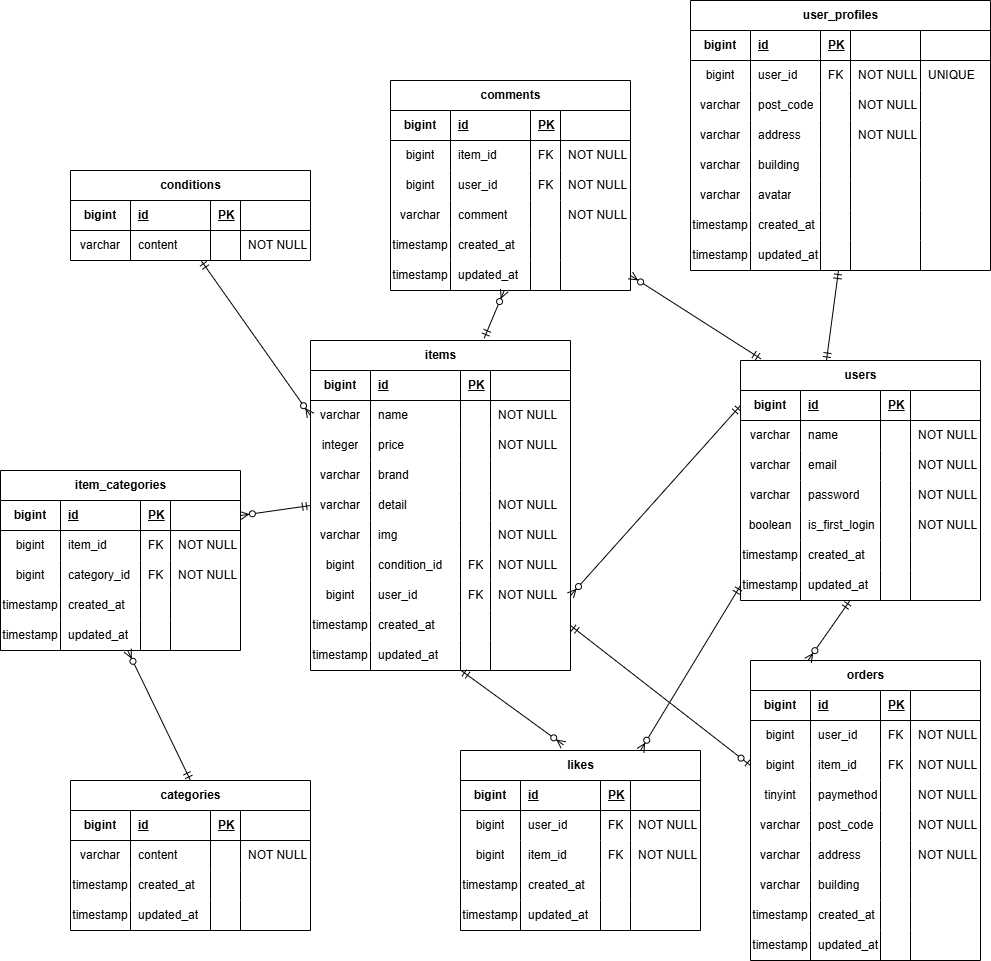
This is docs/er.drawio.png from Shuta0105/coachtech-, a draw.io export, as it was before one commit. Source tidied: cells renumbered, new cells last; positions are measured from the earlier drawing's top-left corner, leaving out a move shared by most shapes.
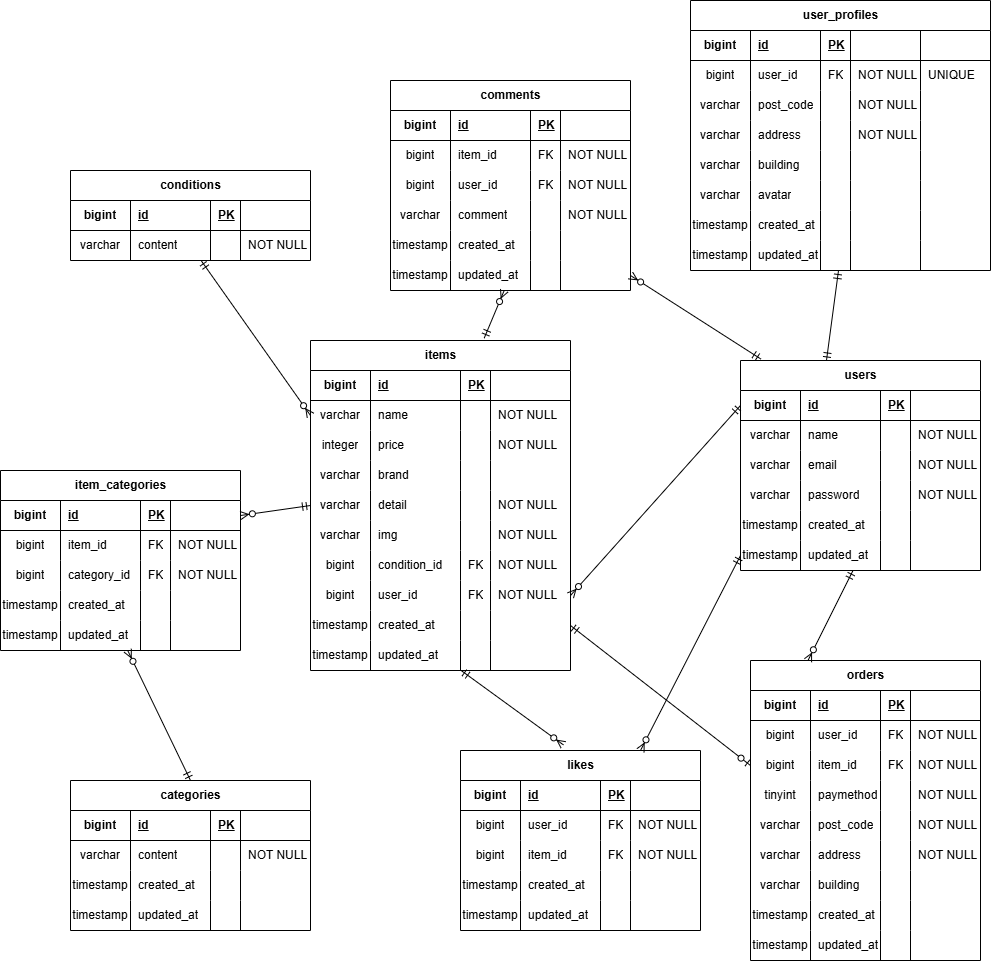
Later version of the same file.

Change to the diagram source:
```diff
@@ -156,7 +156,7 @@
       <mxGeometry x="180" width="80" height="30" as="geometry" />
     </mxCell>
     <mxCell id="53" value="users" style="shape=table;startSize=30;rowLines=0;fontStyle=1;align=center;html=1;" parent="1" vertex="1">
-      <mxGeometry x="740" y="360" width="240" height="240" as="geometry" />
+      <mxGeometry x="740" y="360" width="240" height="210" as="geometry" />
     </mxCell>
     <mxCell id="54" style="shape=tableRow;horizontal=0;startSize=0;swimlaneHead=0;swimlaneBody=0;fillColor=none;points=[[0,0.5],[1,0.5]];portConstraint=eastwest;top=0;left=0;right=0;bottom=1;" parent="53" vertex="1">
       <mxGeometry y="30" width="240" height="30" as="geometry" />
@@ -218,23 +218,8 @@
     <mxCell id="73" value="NOT NULL" style="shape=partialRectangle;fillColor=none;top=0;left=0;bottom=0;right=0;align=left;spacingLeft=6;overflow=hidden;whiteSpace=wrap;html=1;" parent="69" vertex="1">
       <mxGeometry x="170" width="70" height="30" as="geometry" />
     </mxCell>
-    <mxCell id="74" style="shape=tableRow;horizontal=0;startSize=0;swimlaneHead=0;swimlaneBody=0;fillColor=none;top=0;left=0;right=0;bottom=0;" parent="53" vertex="1">
-      <mxGeometry y="150" width="240" height="30" as="geometry" />
-    </mxCell>
-    <mxCell id="75" value="boolean" style="shape=partialRectangle;fillColor=none;top=0;left=0;bottom=0;right=0;overflow=hidden;whiteSpace=wrap;html=1;" parent="74" vertex="1">
-      <mxGeometry width="60" height="30" as="geometry" />
-    </mxCell>
-    <mxCell id="76" value="is_first_login" style="shape=partialRectangle;fillColor=none;top=0;left=0;bottom=0;right=0;align=left;spacingLeft=6;overflow=hidden;whiteSpace=wrap;html=1;" parent="74" vertex="1">
-      <mxGeometry x="60" width="80" height="30" as="geometry" />
-    </mxCell>
-    <mxCell id="77" style="shape=partialRectangle;fillColor=none;top=0;left=0;bottom=0;right=0;align=left;spacingLeft=6;overflow=hidden;whiteSpace=wrap;html=1;" parent="74" vertex="1">
-      <mxGeometry x="140" width="30" height="30" as="geometry" />
-    </mxCell>
-    <mxCell id="78" value="NOT NULL" style="shape=partialRectangle;fillColor=none;top=0;left=0;bottom=0;right=0;align=left;spacingLeft=6;overflow=hidden;whiteSpace=wrap;html=1;" parent="74" vertex="1">
-      <mxGeometry x="170" width="70" height="30" as="geometry" />
-    </mxCell>
     <mxCell id="79" style="shape=tableRow;horizontal=0;startSize=0;swimlaneHead=0;swimlaneBody=0;fillColor=none;top=0;left=0;right=0;bottom=0;" parent="53" vertex="1">
-      <mxGeometry y="180" width="240" height="30" as="geometry" />
+      <mxGeometry y="150" width="240" height="30" as="geometry" />
     </mxCell>
     <mxCell id="80" value="timestamp" style="shape=partialRectangle;fillColor=none;top=0;left=0;bottom=0;right=0;overflow=hidden;whiteSpace=wrap;html=1;" parent="79" vertex="1">
       <mxGeometry width="60" height="30" as="geometry" />
@@ -249,7 +234,7 @@
       <mxGeometry x="170" width="70" height="30" as="geometry" />
     </mxCell>
     <mxCell id="84" style="shape=tableRow;horizontal=0;startSize=0;swimlaneHead=0;swimlaneBody=0;fillColor=none;points=[[0,0.5],[1,0.5]];portConstraint=eastwest;top=0;left=0;right=0;bottom=0;" parent="53" vertex="1">
-      <mxGeometry y="210" width="240" height="30" as="geometry" />
+      <mxGeometry y="180" width="240" height="30" as="geometry" />
     </mxCell>
     <mxCell id="85" value="timestamp" style="shape=partialRectangle;fillColor=none;top=0;left=0;bottom=0;right=0;overflow=hidden;whiteSpace=wrap;html=1;" parent="84" vertex="1">
       <mxGeometry width="60" height="30" as="geometry" />
```
